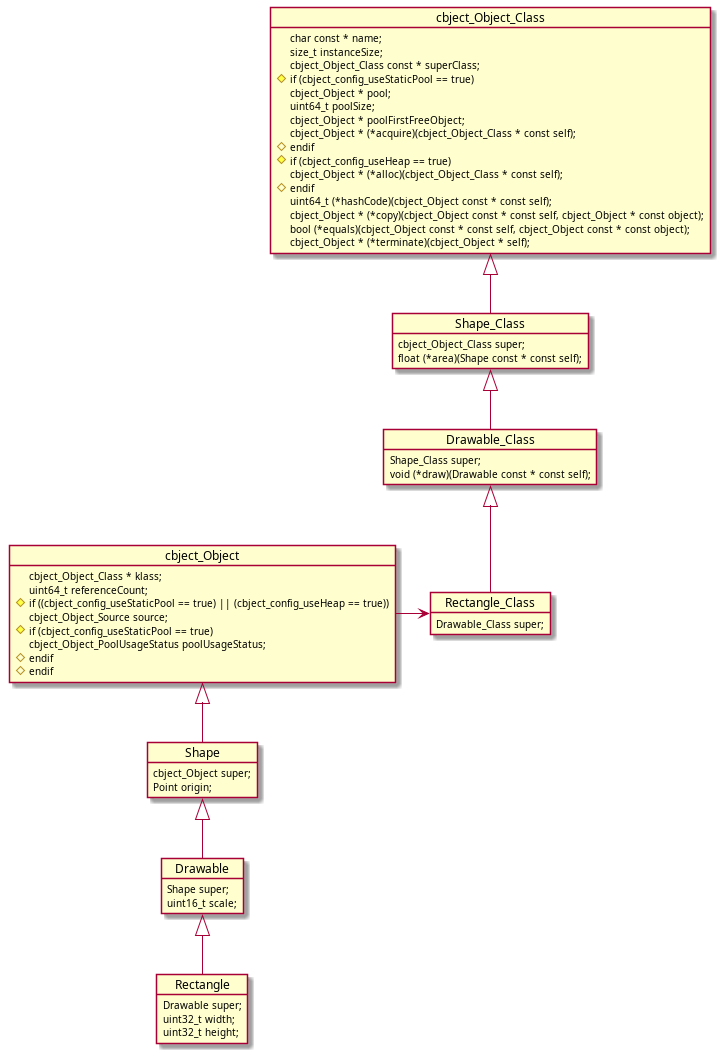
alexmarincu/Cbject keeps this PlantUML diagram as docs/media/diag-rectangle-class-example.png. Above is the earlier version.
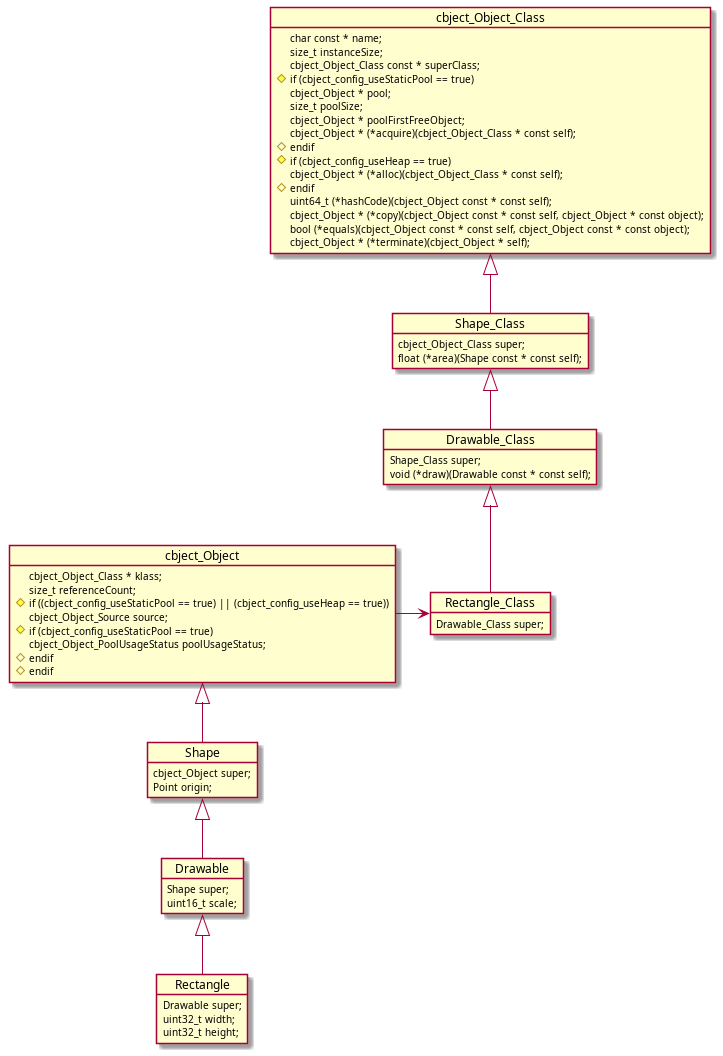
After the commit.

Commit message:
Use size_t for size and index variables

Diff of the diagram source:
```diff
@@ -25,7 +25,7 @@
 }
 object cbject_Object {
     cbject_Object_Class * klass;
-    uint64_t referenceCount;
+    size_t referenceCount;
 #if ((cbject_config_useStaticPool == true) || (cbject_config_useHeap == true))
     cbject_Object_Source source;
 #if (cbject_config_useStaticPool == true)
@@ -39,7 +39,7 @@
     cbject_Object_Class const * superClass;
 #if (cbject_config_useStaticPool == true)
     cbject_Object * pool;
-    uint64_t poolSize;
+    size_t poolSize;
     cbject_Object * poolFirstFreeObject;
     cbject_Object * (*acquire)(cbject_Object_Class * const self);
 #endif
```
